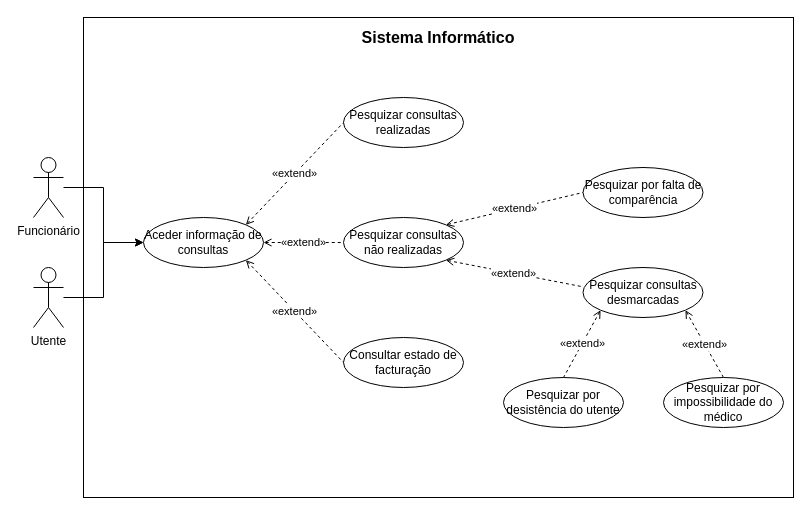
carlan92/Hospital_Management_System keeps this draw.io diagram as page "Pesquisa de Informação" (2 of 5) of Diagrama Use Cases.drawio. Above is the earlier version. Source tidied: cells renumbered, new cells numbered last; positions are measured from the earlier drawing's top-left corner, leaving out a move shared by most shapes. Both pictures are drawn from the tidied source at 100%, with x=0, y=0 at pixel (33, 17).
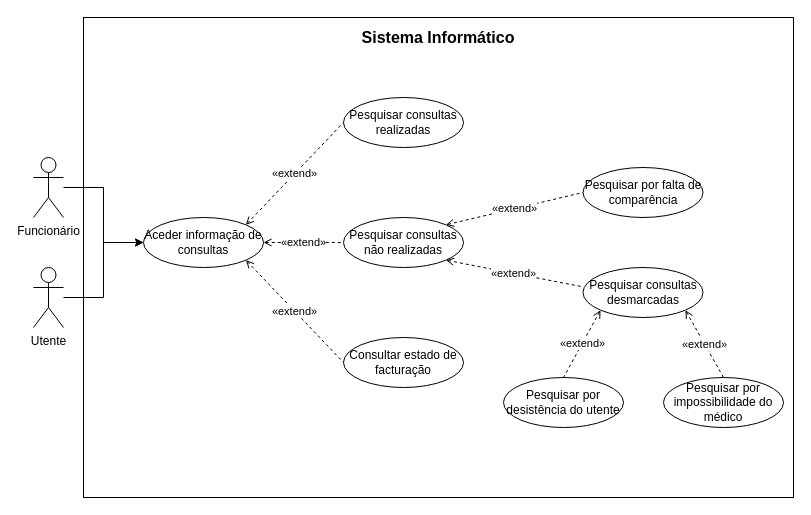
After the change.

What changed in the source:
```diff
@@
-    <mxCell id="6" value="Pesquizar&amp;nbsp;consultas realizadas" style="ellipse;whiteSpace=wrap;html=1;" parent="1" vertex="1">
+    <mxCell id="6" value="Pesquisar&amp;nbsp;consultas realizadas" style="ellipse;whiteSpace=wrap;html=1;" parent="1" vertex="1">
       <mxGeometry x="310" y="80" width="120" height="50" as="geometry" />
     </mxCell>
@@
-    <mxCell id="8" value="Pesquizar&amp;nbsp;consultas não realizadas" style="ellipse;whiteSpace=wrap;html=1;" parent="1" vertex="1">
+    <mxCell id="8" value="Pesquisar&amp;nbsp;consultas não realizadas" style="ellipse;whiteSpace=wrap;html=1;" parent="1" vertex="1">
       <mxGeometry x="310" y="200" width="120" height="50" as="geometry" />
     </mxCell>
-    <mxCell id="9" value="Pesquizar&amp;nbsp;por falta de comparência" style="ellipse;whiteSpace=wrap;html=1;" parent="1" vertex="1">
+    <mxCell id="9" value="Pesquisar&amp;nbsp;por falta de comparência" style="ellipse;whiteSpace=wrap;html=1;" parent="1" vertex="1">
       <mxGeometry x="549.5" y="150" width="120" height="50" as="geometry" />
     </mxCell>
-    <mxCell id="10" value="Pesquizar&amp;nbsp;consultas desmarcadas" style="ellipse;whiteSpace=wrap;html=1;" parent="1" vertex="1">
+    <mxCell id="10" value="Pesquisar&amp;nbsp;consultas desmarcadas" style="ellipse;whiteSpace=wrap;html=1;" parent="1" vertex="1">
       <mxGeometry x="549.5" y="250" width="120" height="50" as="geometry" />
     </mxCell>
@@
-    <mxCell id="15" value="Pesquizar&amp;nbsp;por impossibilidade do médico" style="ellipse;whiteSpace=wrap;html=1;" parent="1" vertex="1">
+    <mxCell id="15" value="Pesquisar&amp;nbsp;por impossibilidade do médico" style="ellipse;whiteSpace=wrap;html=1;" parent="1" vertex="1">
       <mxGeometry x="630" y="360" width="120" height="50" as="geometry" />
     </mxCell>
-    <mxCell id="16" value="Pesquizar&amp;nbsp;por desistência do utente" style="ellipse;whiteSpace=wrap;html=1;" parent="1" vertex="1">
+    <mxCell id="16" value="Pesquisar&amp;nbsp;por desistência do utente" style="ellipse;whiteSpace=wrap;html=1;" parent="1" vertex="1">
       <mxGeometry x="470" y="360" width="120" height="50" as="geometry" />
     </mxCell>
```
